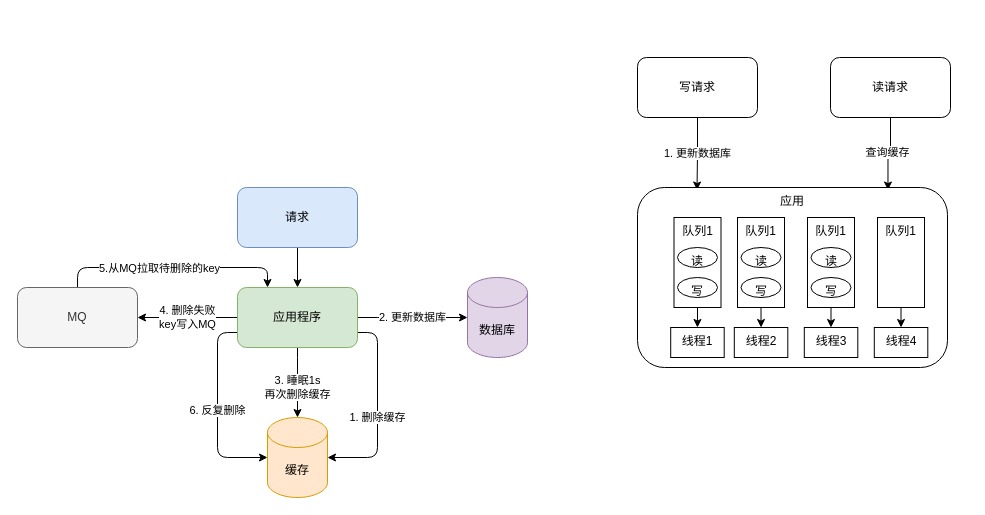
zhangtong0512/drawio keeps this draw.io diagram as page "MySQL和Redis双写一致性" (3 of 3) of FIBM项目绘图.drawio. Above is the earlier version. Source tidied: cells renumbered, new cells numbered last; positions are measured from the earlier drawing's top-left corner, leaving out a move shared by most shapes. Both pictures are drawn from the tidied source at 100%, with x=0, y=0 at pixel (17, 57).
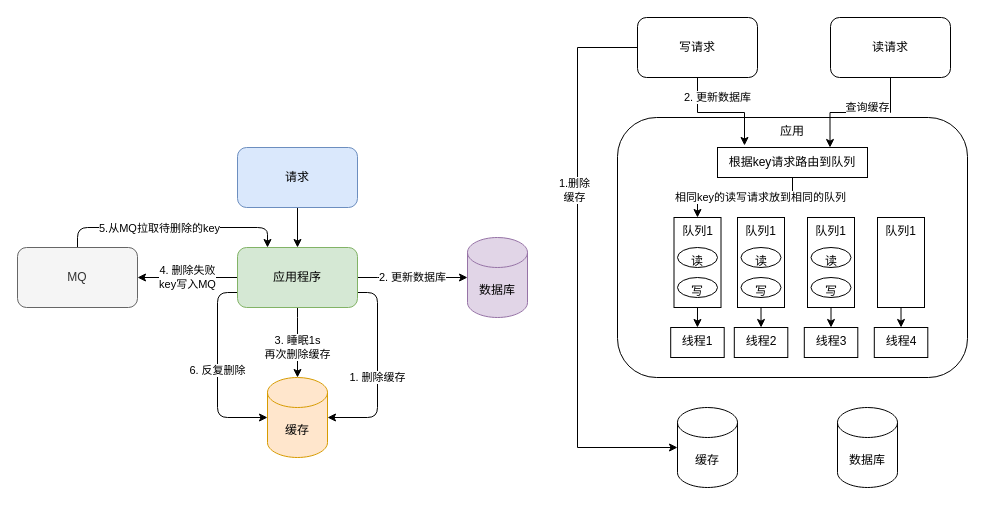
After the change.

Commit message:
更新FIBM项目绘图.drawio

Unchanged cells that the change refers to:
```xml
<mxCell id="22" value="队列1" style="rounded=0;whiteSpace=wrap;html=1;verticalAlign=top;" parent="1" vertex="1">
  <mxGeometry x="656.5" y="160" width="47" height="90" as="geometry" />
</mxCell>
```

The edit, as a diff of the source:
```diff
@@
+    <mxCell id="20" value="应用" style="rounded=1;whiteSpace=wrap;html=1;verticalAlign=top;" parent="1" vertex="1">
+      <mxGeometry x="600" y="60" width="350" height="260" as="geometry" />
+    </mxCell>
@@
     <mxCell id="3" value="请求" style="whiteSpace=wrap;html=1;fillColor=#dae8fc;strokeColor=#6c8ebf;rounded=1;" parent="1" vertex="1">
-      <mxGeometry x="220" y="130" width="120" height="60" as="geometry" />
+      <mxGeometry x="220" y="90" width="120" height="60" as="geometry" />
     </mxCell>
     <mxCell id="4" value="2. 更新数据库" style="edgeStyle=orthogonalEdgeStyle;jettySize=auto;html=1;entryX=0;entryY=0.5;entryDx=0;entryDy=0;entryPerimeter=0;" parent="1" edge="1" source="10" target="12">
       <mxGeometry relative="1" as="geometry">
         <Array as="points">
-          <mxPoint x="370" y="260" />
-          <mxPoint x="370" y="260" />
+          <mxPoint x="370" y="220" />
+          <mxPoint x="370" y="220" />
         </Array>
       </mxGeometry>
     </mxCell>
     <mxCell id="5" style="edgeStyle=orthogonalEdgeStyle;jettySize=auto;html=1;exitX=1;exitY=0.75;exitDx=0;exitDy=0;entryX=1;entryY=0.5;entryDx=0;entryDy=0;entryPerimeter=0;" parent="1" edge="1" source="10" target="11">
       <mxGeometry relative="1" as="geometry">
         <Array as="points">
-          <mxPoint x="360" y="275" />
-          <mxPoint x="360" y="400" />
+          <mxPoint x="360" y="235" />
+          <mxPoint x="360" y="360" />
         </Array>
       </mxGeometry>
     </mxCell>
@@
     <mxCell id="7" value="3. 睡眠1s&lt;br&gt;再次删除缓存" style="edgeStyle=orthogonalEdgeStyle;jettySize=auto;html=1;exitX=0.5;exitY=1;exitDx=0;exitDy=0;" parent="1" edge="1" source="10" target="11">
       <mxGeometry x="0.14" relative="1" as="geometry">
         <Array as="points">
-          <mxPoint x="280" y="310" />
-          <mxPoint x="280" y="310" />
+          <mxPoint x="280" y="270" />
+          <mxPoint x="280" y="270" />
         </Array>
       </mxGeometry>
     </mxCell>
@@
     <mxCell id="10" value="应用程序" style="whiteSpace=wrap;html=1;fillColor=#d5e8d4;strokeColor=#82b366;rounded=1;" parent="1" vertex="1">
-      <mxGeometry x="220" y="230" width="120" height="60" as="geometry" />
+      <mxGeometry x="220" y="190" width="120" height="60" as="geometry" />
     </mxCell>
     <mxCell id="11" value="缓存" style="shape=cylinder3;whiteSpace=wrap;html=1;boundedLbl=1;backgroundOutline=1;size=15;fillColor=#ffe6cc;strokeColor=#d79b00;rounded=1;" parent="1" vertex="1">
-      <mxGeometry x="250" y="360" width="60" height="80" as="geometry" />
+      <mxGeometry x="250" y="320" width="60" height="80" as="geometry" />
     </mxCell>
     <mxCell id="12" value="数据库" style="shape=cylinder3;whiteSpace=wrap;html=1;boundedLbl=1;backgroundOutline=1;size=15;fillColor=#e1d5e7;strokeColor=#9673a6;rounded=1;" parent="1" vertex="1">
-      <mxGeometry x="450" y="220" width="60" height="80" as="geometry" />
+      <mxGeometry x="450" y="180" width="60" height="80" as="geometry" />
     </mxCell>
@@
     <mxCell id="15" value="MQ" style="whiteSpace=wrap;html=1;fillColor=#f5f5f5;strokeColor=#666666;fontColor=#333333;rounded=1;" parent="1" vertex="1">
-      <mxGeometry y="230" width="120" height="60" as="geometry" />
+      <mxGeometry y="190" width="120" height="60" as="geometry" />
     </mxCell>
-    <mxCell id="16" value="1. 更新数据库" style="edgeStyle=orthogonalEdgeStyle;rounded=0;jettySize=auto;html=1;exitX=0.5;exitY=1;exitDx=0;exitDy=0;entryX=0.192;entryY=0.014;entryDx=0;entryDy=0;entryPerimeter=0;" parent="1" edge="1" source="17" target="20">
-      <mxGeometry relative="1" as="geometry" />
+    <mxCell id="16" value="2. 更新数据库" style="edgeStyle=orthogonalEdgeStyle;rounded=0;jettySize=auto;html=1;exitX=0.5;exitY=1;exitDx=0;exitDy=0;entryX=0.18;entryY=-0.067;entryDx=0;entryDy=0;entryPerimeter=0;" parent="1" edge="1" source="17" target="45">
+      <mxGeometry x="-0.04" y="15" relative="1" as="geometry" />
     </mxCell>
+    <mxCell id="39" style="edgeStyle=orthogonalEdgeStyle;rounded=0;jettySize=auto;html=1;exitX=0;exitY=0.5;exitDx=0;exitDy=0;entryX=0;entryY=0.5;entryDx=0;entryDy=0;entryPerimeter=0;" parent="1" edge="1" source="17" target="41">
+      <mxGeometry relative="1" as="geometry">
+        <Array as="points">
+          <mxPoint x="560" y="-10" />
+          <mxPoint x="560" y="390" />
+        </Array>
+      </mxGeometry>
+    </mxCell>
+    <mxCell id="40" value="1.删除&lt;br&gt;缓存" style="edgeLabel;html=1;align=center;verticalAlign=middle;" parent="39" vertex="1">
+      <mxGeometry x="-0.28" y="-4" relative="1" as="geometry" />
+    </mxCell>
     <mxCell id="17" value="写请求" style="rounded=1;whiteSpace=wrap;html=1;" parent="1" vertex="1">
-      <mxGeometry x="620" width="120" height="60" as="geometry" />
+      <mxGeometry x="620" y="-40" width="120" height="60" as="geometry" />
     </mxCell>
-    <mxCell id="18" value="查询缓存" style="edgeStyle=orthogonalEdgeStyle;rounded=0;jettySize=auto;html=1;exitX=0.5;exitY=1;exitDx=0;exitDy=0;entryX=0.808;entryY=0.014;entryDx=0;entryDy=0;entryPerimeter=0;" parent="1" edge="1" source="19" target="20">
-      <mxGeometry relative="1" as="geometry" />
+    <mxCell id="18" value="查询缓存" style="edgeStyle=orthogonalEdgeStyle;rounded=0;jettySize=auto;html=1;exitX=0.5;exitY=1;exitDx=0;exitDy=0;entryX=0.75;entryY=0;entryDx=0;entryDy=0;" parent="1" edge="1" source="19" target="45">
+      <mxGeometry x="-0.11" y="-5" relative="1" as="geometry" />
     </mxCell>
     <mxCell id="19" value="读请求" style="rounded=1;whiteSpace=wrap;html=1;" parent="1" vertex="1">
-      <mxGeometry x="813" width="120" height="60" as="geometry" />
+      <mxGeometry x="813" y="-40" width="120" height="60" as="geometry" />
     </mxCell>
-    <mxCell id="20" value="应用" style="rounded=1;whiteSpace=wrap;html=1;verticalAlign=top;" parent="1" vertex="1">
-      <mxGeometry x="620" y="130" width="310" height="180" as="geometry" />
-    </mxCell>
@@
+    <mxCell id="41" value="缓存" style="shape=cylinder3;whiteSpace=wrap;html=1;boundedLbl=1;backgroundOutline=1;size=15;" parent="1" vertex="1">
+      <mxGeometry x="660" y="350" width="60" height="80" as="geometry" />
+    </mxCell>
+    <mxCell id="42" value="数据库" style="shape=cylinder3;whiteSpace=wrap;html=1;boundedLbl=1;backgroundOutline=1;size=15;" parent="1" vertex="1">
+      <mxGeometry x="820" y="350" width="60" height="80" as="geometry" />
+    </mxCell>
+    <mxCell id="43" style="edgeStyle=orthogonalEdgeStyle;rounded=0;jettySize=auto;html=1;exitX=0.5;exitY=1;exitDx=0;exitDy=0;entryX=0.5;entryY=0;entryDx=0;entryDy=0;" parent="1" edge="1" source="45" target="22">
+      <mxGeometry relative="1" as="geometry" />
+    </mxCell>
+    <mxCell id="44" value="相同key的读写请求放到相同的队列" style="edgeLabel;html=1;align=center;verticalAlign=middle;" parent="43" vertex="1">
+      <mxGeometry x="-0.21" y="-1" relative="1" as="geometry" />
+    </mxCell>
+    <mxCell id="45" value="根据key请求路由到队列" style="rounded=0;whiteSpace=wrap;html=1;" parent="1" vertex="1">
+      <mxGeometry x="700" y="90" width="150" height="30" as="geometry" />
+    </mxCell>
```
